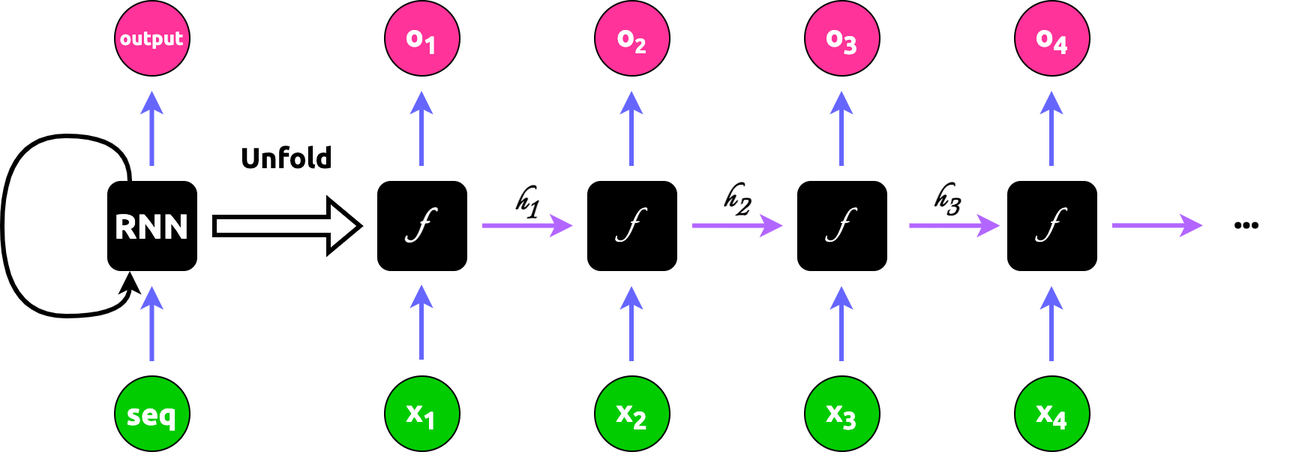
Earlier version of the draw.io export docs/source/img/rnn.png (QubitPi/lamassu). Source tidied: cells renumbered, new cells last; positions are measured from the earlier drawing's top-left corner, leaving out a move shared by most shapes.
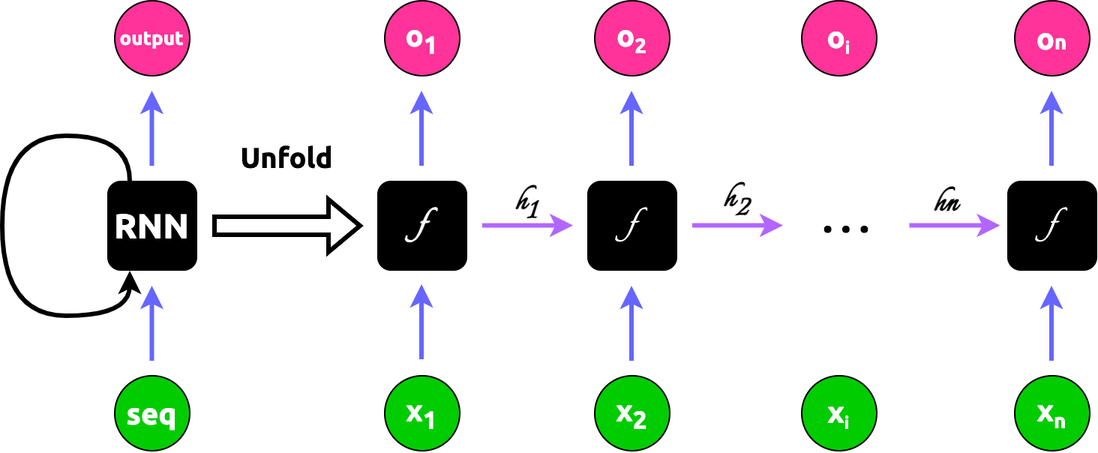
The same file after the commit.

Change to the diagram source:
```diff
@@ -8,9 +8,6 @@
     <mxCell id="3" value="&lt;font color=&quot;#ffffff&quot; face=&quot;Italianno&quot; style=&quot;font-size: 27px;&quot;&gt;f&lt;/font&gt;" style="rounded=1;whiteSpace=wrap;html=1;fillColor=#000000;strokeColor=none;fontColor=#FF6666;" parent="1" vertex="1">
       <mxGeometry x="390" y="120" width="60" height="60" as="geometry" />
     </mxCell>
-    <mxCell id="4" value="&lt;span style=&quot;color: rgb(255, 255, 255); font-family: Italianno; font-size: 27px;&quot;&gt;f&lt;/span&gt;" style="rounded=1;whiteSpace=wrap;html=1;fillColor=#000000;strokeColor=none;fontColor=#FF6666;" parent="1" vertex="1">
-      <mxGeometry x="530" y="120" width="60" height="60" as="geometry" />
-    </mxCell>
     <mxCell id="5" value="&lt;span style=&quot;color: rgb(255, 255, 255); font-family: Italianno; font-size: 27px;&quot;&gt;f&lt;/span&gt;" style="rounded=1;whiteSpace=wrap;html=1;fillColor=#000000;strokeColor=none;fontColor=#FF6666;" parent="1" vertex="1">
       <mxGeometry x="670" y="120" width="60" height="60" as="geometry" />
     </mxCell>
@@ -35,10 +32,7 @@
     <mxCell id="10" value="&lt;b style=&quot;font-family: Ubuntu; font-size: 20px;&quot;&gt;o&lt;/b&gt;&lt;b style=&quot;font-family: Ubuntu; font-size: 16.6667px;&quot;&gt;&lt;sub&gt;2&lt;/sub&gt;&lt;/b&gt;" style="ellipse;whiteSpace=wrap;html=1;fillColor=#FF3399;fontColor=#FFFFFF;" parent="1" vertex="1">
       <mxGeometry x="395" width="50" height="50" as="geometry" />
     </mxCell>
-    <mxCell id="11" value="&lt;b style=&quot;font-family: Ubuntu; font-size: 20px;&quot;&gt;o&lt;sub&gt;3&lt;/sub&gt;&lt;/b&gt;" style="ellipse;whiteSpace=wrap;html=1;fillColor=#FF3399;fontColor=#FFFFFF;" parent="1" vertex="1">
-      <mxGeometry x="535" width="50" height="50" as="geometry" />
-    </mxCell>
-    <mxCell id="12" value="&lt;b style=&quot;font-family: Ubuntu; font-size: 20px;&quot;&gt;o&lt;sub&gt;4&lt;/sub&gt;&lt;/b&gt;" style="ellipse;whiteSpace=wrap;html=1;fillColor=#FF3399;fontColor=#FFFFFF;" parent="1" vertex="1">
+    <mxCell id="12" value="&lt;b style=&quot;font-family: Ubuntu; font-size: 20px;&quot;&gt;o&lt;/b&gt;&lt;b style=&quot;font-family: Ubuntu; font-size: 13.8889px;&quot;&gt;n&lt;/b&gt;" style="ellipse;whiteSpace=wrap;html=1;fillColor=#FF3399;fontColor=#FFFFFF;" parent="1" vertex="1">
       <mxGeometry x="675" width="50" height="50" as="geometry" />
     </mxCell>
     <mxCell id="13" style="edgeStyle=orthogonalEdgeStyle;rounded=0;orthogonalLoop=1;jettySize=auto;html=1;exitX=0.5;exitY=0;exitDx=0;exitDy=0;strokeWidth=3;strokeColor=#6666FF;fontColor=#FF6666;" parent="1" edge="1">
@@ -47,12 +41,6 @@
         <mxPoint x="419.5" y="60" as="targetPoint" />
       </mxGeometry>
     </mxCell>
-    <mxCell id="14" style="edgeStyle=orthogonalEdgeStyle;rounded=0;orthogonalLoop=1;jettySize=auto;html=1;exitX=0.5;exitY=0;exitDx=0;exitDy=0;strokeWidth=3;strokeColor=#6666FF;fontColor=#FF6666;" parent="1" edge="1">
-      <mxGeometry relative="1" as="geometry">
-        <mxPoint x="559.5" y="110" as="sourcePoint" />
-        <mxPoint x="559.5" y="60" as="targetPoint" />
-      </mxGeometry>
-    </mxCell>
     <mxCell id="15" style="edgeStyle=orthogonalEdgeStyle;rounded=0;orthogonalLoop=1;jettySize=auto;html=1;exitX=0.5;exitY=0;exitDx=0;exitDy=0;strokeWidth=3;strokeColor=#6666FF;fontColor=#FF6666;" parent="1" edge="1">
       <mxGeometry relative="1" as="geometry">
         <mxPoint x="699.5" y="110" as="sourcePoint" />
@@ -62,10 +50,7 @@
     <mxCell id="16" value="&lt;font face=&quot;Ubuntu&quot; style=&quot;font-size: 20px;&quot;&gt;&lt;b&gt;x&lt;sub&gt;2&lt;/sub&gt;&lt;/b&gt;&lt;/font&gt;" style="ellipse;whiteSpace=wrap;html=1;fillColor=#00CC00;fontColor=#FFFFFF;" parent="1" vertex="1">
       <mxGeometry x="395" y="250" width="50" height="50" as="geometry" />
     </mxCell>
-    <mxCell id="17" value="&lt;font face=&quot;Ubuntu&quot; style=&quot;font-size: 20px;&quot;&gt;&lt;b&gt;x&lt;sub&gt;3&lt;/sub&gt;&lt;/b&gt;&lt;/font&gt;" style="ellipse;whiteSpace=wrap;html=1;fillColor=#00CC00;fontColor=#FFFFFF;" parent="1" vertex="1">
-      <mxGeometry x="535" y="250" width="50" height="50" as="geometry" />
-    </mxCell>
-    <mxCell id="18" value="&lt;font face=&quot;Ubuntu&quot; style=&quot;font-size: 20px;&quot;&gt;&lt;b&gt;x&lt;sub&gt;4&lt;/sub&gt;&lt;/b&gt;&lt;/font&gt;" style="ellipse;whiteSpace=wrap;html=1;fillColor=#00CC00;fontColor=#FFFFFF;" parent="1" vertex="1">
+    <mxCell id="18" value="&lt;font face=&quot;Ubuntu&quot; style=&quot;&quot;&gt;&lt;b style=&quot;&quot;&gt;&lt;span style=&quot;font-size: 20px;&quot;&gt;x&lt;/span&gt;&lt;span style=&quot;font-size: 16.6667px;&quot;&gt;&lt;sub&gt;n&lt;/sub&gt;&lt;/span&gt;&lt;/b&gt;&lt;/font&gt;" style="ellipse;whiteSpace=wrap;html=1;fillColor=#00CC00;fontColor=#FFFFFF;" parent="1" vertex="1">
       <mxGeometry x="675" y="250" width="50" height="50" as="geometry" />
     </mxCell>
     <mxCell id="19" style="edgeStyle=orthogonalEdgeStyle;rounded=0;orthogonalLoop=1;jettySize=auto;html=1;exitX=0.5;exitY=0;exitDx=0;exitDy=0;strokeWidth=3;strokeColor=#6666FF;fontColor=#FF6666;" parent="1" edge="1">
@@ -74,12 +59,6 @@
         <mxPoint x="419.5" y="190" as="targetPoint" />
       </mxGeometry>
     </mxCell>
-    <mxCell id="20" style="edgeStyle=orthogonalEdgeStyle;rounded=0;orthogonalLoop=1;jettySize=auto;html=1;exitX=0.5;exitY=0;exitDx=0;exitDy=0;strokeWidth=3;strokeColor=#6666FF;fontColor=#FF6666;" parent="1" edge="1">
-      <mxGeometry relative="1" as="geometry">
-        <mxPoint x="559.5" y="240" as="sourcePoint" />
-        <mxPoint x="559.5" y="190" as="targetPoint" />
-      </mxGeometry>
-    </mxCell>
     <mxCell id="21" style="edgeStyle=orthogonalEdgeStyle;rounded=0;orthogonalLoop=1;jettySize=auto;html=1;exitX=0.5;exitY=0;exitDx=0;exitDy=0;strokeWidth=3;strokeColor=#6666FF;fontColor=#FF6666;" parent="1" edge="1">
       <mxGeometry relative="1" as="geometry">
         <mxPoint x="699.5" y="240" as="sourcePoint" />
@@ -110,7 +89,7 @@
     <mxCell id="26" value="&lt;font style=&quot;font-size: 25px;&quot;&gt;&lt;span style=&quot;font-size: 25px;&quot;&gt;&lt;span style=&quot;font-size: 25px;&quot;&gt;h&lt;/span&gt;&lt;span style=&quot;font-size: 25px;&quot;&gt;&lt;sub style=&quot;font-size: 25px;&quot;&gt;2&lt;/sub&gt;&lt;/span&gt;&lt;/span&gt;&lt;/font&gt;" style="text;html=1;align=center;verticalAlign=middle;whiteSpace=wrap;rounded=0;fontFamily=Italianno;fontSource=https%3A%2F%2Ffonts.googleapis.com%2Fcss%3Ffamily%3DItalianno;fontSize=25;fontStyle=1;" parent="1" vertex="1">
       <mxGeometry x="460" y="120" width="60" height="30" as="geometry" />
     </mxCell>
-    <mxCell id="27" value="&lt;font style=&quot;font-size: 25px;&quot;&gt;&lt;span style=&quot;font-size: 25px;&quot;&gt;&lt;span style=&quot;font-size: 25px;&quot;&gt;h&lt;/span&gt;&lt;span style=&quot;font-size: 25px;&quot;&gt;&lt;sub style=&quot;font-size: 25px;&quot;&gt;3&lt;/sub&gt;&lt;/span&gt;&lt;/span&gt;&lt;/font&gt;" style="text;html=1;align=center;verticalAlign=middle;whiteSpace=wrap;rounded=0;fontFamily=Italianno;fontSource=https%3A%2F%2Ffonts.googleapis.com%2Fcss%3Ffamily%3DItalianno;fontSize=25;fontStyle=1;" parent="1" vertex="1">
+    <mxCell id="27" value="&lt;font style=&quot;font-size: 25px;&quot;&gt;&lt;span style=&quot;font-size: 25px;&quot;&gt;&lt;span style=&quot;font-size: 25px;&quot;&gt;hn&lt;/span&gt;&lt;/span&gt;&lt;/font&gt;" style="text;html=1;align=center;verticalAlign=middle;whiteSpace=wrap;rounded=0;fontFamily=Italianno;fontSource=https%3A%2F%2Ffonts.googleapis.com%2Fcss%3Ffamily%3DItalianno;fontSize=25;fontStyle=1;" parent="1" vertex="1">
       <mxGeometry x="600" y="120" width="60" height="30" as="geometry" />
     </mxCell>
     <mxCell id="28" value="&lt;font face=&quot;Ubuntu&quot; size=&quot;1&quot; style=&quot;&quot; color=&quot;#ffffff&quot;&gt;&lt;b style=&quot;font-size: 23px;&quot;&gt;RNN&lt;/b&gt;&lt;/font&gt;" style="rounded=1;whiteSpace=wrap;html=1;fillColor=#000000;strokeColor=none;fontColor=#FF6666;" parent="1" vertex="1">
@@ -153,14 +132,14 @@
     <mxCell id="35" value="&lt;b&gt;&lt;font style=&quot;font-size: 19px;&quot; face=&quot;Ubuntu&quot;&gt;Unfold&lt;/font&gt;&lt;/b&gt;" style="text;html=1;align=center;verticalAlign=middle;whiteSpace=wrap;rounded=0;" parent="1" vertex="1">
       <mxGeometry x="160" y="90" width="60" height="30" as="geometry" />
     </mxCell>
-    <mxCell id="36" style="edgeStyle=orthogonalEdgeStyle;rounded=0;orthogonalLoop=1;jettySize=auto;html=1;exitX=0.5;exitY=0;exitDx=0;exitDy=0;strokeWidth=3;strokeColor=#B266FF;fontColor=#FF6666;" parent="1" edge="1">
-      <mxGeometry relative="1" as="geometry">
-        <mxPoint x="740" y="149.7" as="sourcePoint" />
-        <mxPoint x="800.5" y="149.7" as="targetPoint" />
-      </mxGeometry>
-    </mxCell>
-    <mxCell id="37" value="&lt;font face=&quot;Ubuntu&quot; style=&quot;font-size: 23px;&quot;&gt;&lt;b&gt;...&lt;/b&gt;&lt;/font&gt;" style="text;html=1;align=center;verticalAlign=middle;whiteSpace=wrap;rounded=0;" parent="1" vertex="1">
-      <mxGeometry x="800" y="128" width="60" height="30" as="geometry" />
-    </mxCell>
+    <mxCell id="38" value="&lt;b&gt;&lt;font style=&quot;font-size: 25px;&quot; face=&quot;Ubuntu&quot;&gt;. . .&lt;/font&gt;&lt;/b&gt;" style="text;html=1;align=center;verticalAlign=middle;whiteSpace=wrap;rounded=0;" parent="1" vertex="1">
+      <mxGeometry x="533" y="130" width="60" height="30" as="geometry" />
+    </mxCell>
+    <mxCell id="39" value="&lt;b style=&quot;font-family: Ubuntu; font-size: 20px;&quot;&gt;o&lt;/b&gt;&lt;b style=&quot;font-family: Ubuntu; font-size: 13.8889px;&quot;&gt;&lt;sub&gt;i&lt;/sub&gt;&lt;/b&gt;" style="ellipse;whiteSpace=wrap;html=1;fillColor=#FF3399;fontColor=#FFFFFF;" parent="1" vertex="1">
+      <mxGeometry x="533" width="50" height="50" as="geometry" />
+    </mxCell>
+    <mxCell id="40" value="&lt;font face=&quot;Ubuntu&quot; style=&quot;&quot;&gt;&lt;b style=&quot;&quot;&gt;&lt;span style=&quot;font-size: 20px;&quot;&gt;x&lt;/span&gt;&lt;span style=&quot;font-size: 13.8889px;&quot;&gt;&lt;sub&gt;i&lt;/sub&gt;&lt;/span&gt;&lt;/b&gt;&lt;/font&gt;" style="ellipse;whiteSpace=wrap;html=1;fillColor=#00CC00;fontColor=#FFFFFF;" parent="1" vertex="1">
+      <mxGeometry x="533" y="250" width="50" height="50" as="geometry" />
+    </mxCell>
   </root>
 </mxGraphModel>
```
